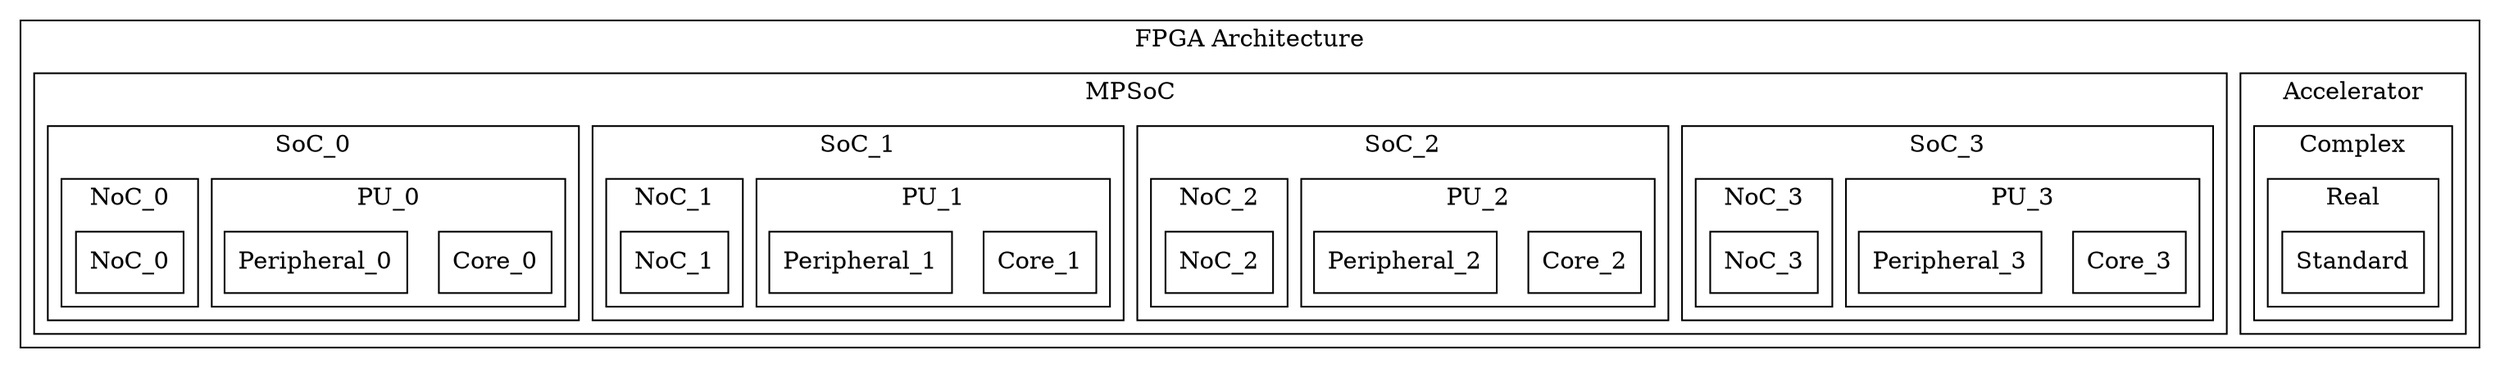
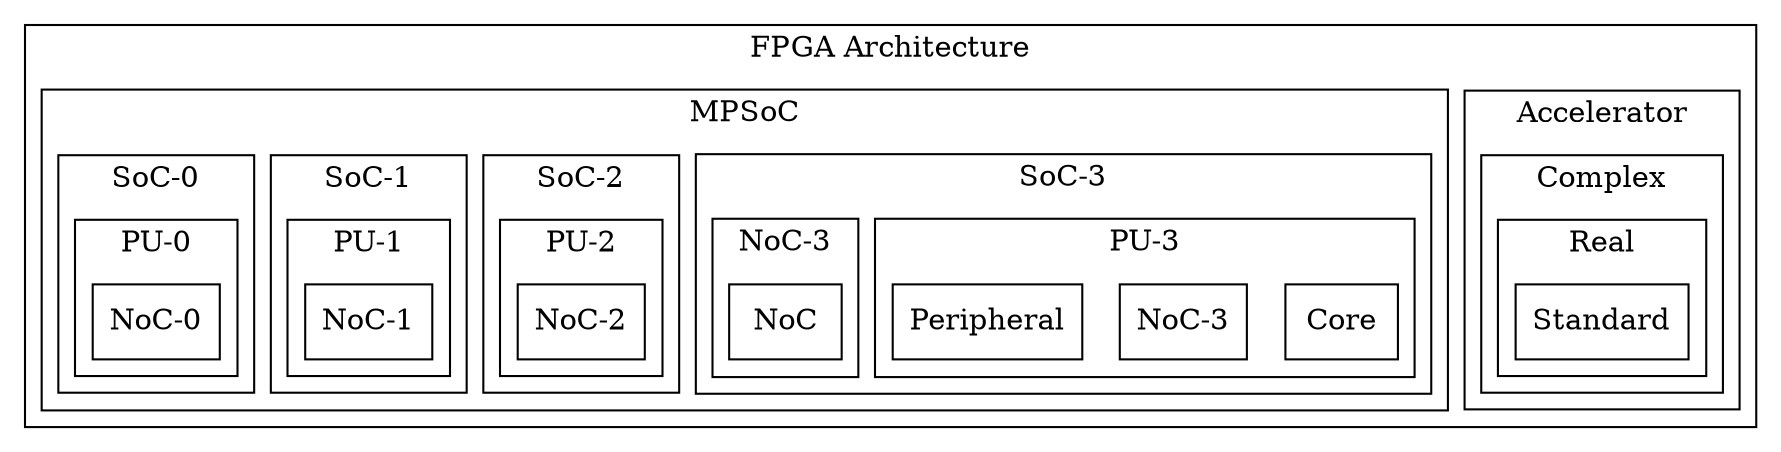
digraph Project {
  // Introduction
  graph [rankdir = TB, splines=ortho];
  node[shape=record];

  // Blocks
  subgraph "cluster FPGA Architecture" { label = "FPGA Architecture";
    subgraph "cluster Accelerator" { label = "Accelerator";
      subgraph "cluster Complex" { label = "Complex";
        subgraph "cluster Real" { label = "Real";
          Standard[shape=box, label="Standard"];
        }
      }
    }
    subgraph "cluster MPSoC" { label = "MPSoC";
-       subgraph "cluster SoC_3" { label = "SoC_3";
-         subgraph "cluster PU_3" { label = "PU_3";
-           Core_3[shape=box, label="Core_3"];
-           Peripheral_3[shape=box, label="Peripheral_3"];
+       subgraph "cluster SoC-3" { label = "SoC-3";
+         subgraph "cluster PU-3" { label = "PU-3";
+           Core-3[shape=box, label="Core-3"];
+           Peripheral-3[shape=box, label="Peripheral-3"];
        }
-         subgraph "cluster NoC_3" { label = "NoC_3";
-           NoC_3[shape=box, label="NoC_3"];
+         subgraph "cluster NoC-3" { label = "NoC-3";
+           NoC-3[shape=box, label="NoC-3"];
        }
      }
-       subgraph "cluster SoC_2" { label = "SoC_2";
-         subgraph "cluster PU_2" { label = "PU_2";
-           Core_2[shape=box, label="Core_2"];
-           Peripheral_2[shape=box, label="Peripheral_2"];
+       subgraph "cluster SoC-2" { label = "SoC-2";
+         subgraph "cluster PU-2" { label = "PU-2";
+           Core-2[shape=box, label="Core-2"];
+           Peripheral-2[shape=box, label="Peripheral-2"];
        }
-         subgraph "cluster NoC_2" { label = "NoC_2";
-           NoC_2[shape=box, label="NoC_2"];
+         subgraph "cluster NoC-2" { label = "NoC-2";
+           NoC-2[shape=box, label="NoC-2"];
        }
      }
-       subgraph "cluster SoC_1" { label = "SoC_1";
-         subgraph "cluster PU_1" { label = "PU_1";
-           Core_1[shape=box, label="Core_1"];
-           Peripheral_1[shape=box, label="Peripheral_1"];
+       subgraph "cluster SoC-1" { label = "SoC-1";
+         subgraph "cluster PU-1" { label = "PU-1";
+           Core-1[shape=box, label="Core-1"];
+           Peripheral-1[shape=box, label="Peripheral-1"];
        }
-         subgraph "cluster NoC_1" { label = "NoC_1";
-           NoC_1[shape=box, label="NoC_1"];
+         subgraph "cluster NoC-1" { label = "NoC-1";
+           NoC-1[shape=box, label="NoC-1"];
        }
      }
-       subgraph "cluster SoC_0" { label = "SoC_0";
-         subgraph "cluster PU_0" { label = "PU_0";
-           Core_0[shape=box, label="Core_0"];
-           Peripheral_0[shape=box, label="Peripheral_0"];
+       subgraph "cluster SoC-0" { label = "SoC-0";
+         subgraph "cluster PU-0" { label = "PU-0";
+           Core-0[shape=box, label="Core-0"];
+           Peripheral-0[shape=box, label="Peripheral-0"];
        }
-         subgraph "cluster NoC_0" { label = "NoC_0";
-           NoC_0[shape=box, label="NoC_0"];
+         subgraph "cluster NoC-0" { label = "NoC-0";
+           NoC-0[shape=box, label="NoC-0"];
        }
      }
    }
  }
}
